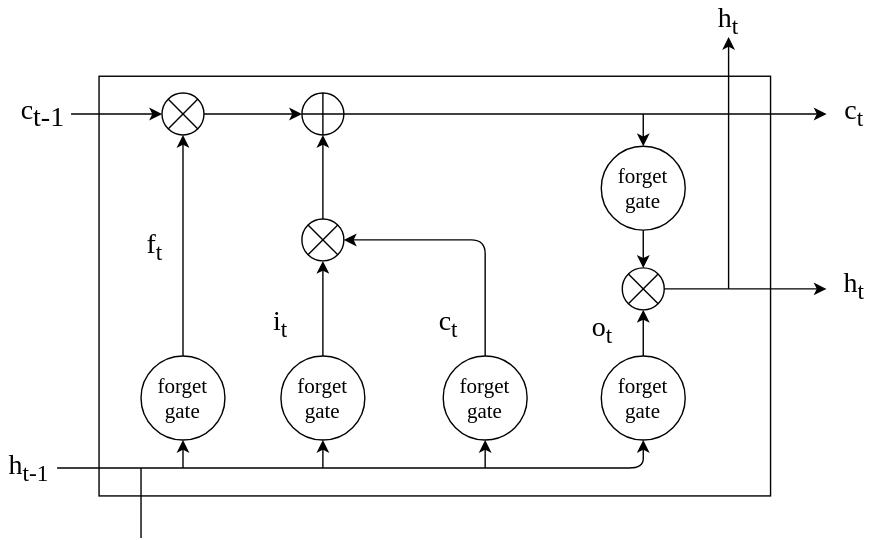
yhx123hero/CyberspaceSecurity_NER keeps this draw.io diagram as LSTM.svg. Above is the earlier version. Source tidied: cells renumbered, new cells last; positions are measured from the earlier drawing's top-left corner, leaving out a move shared by most shapes.
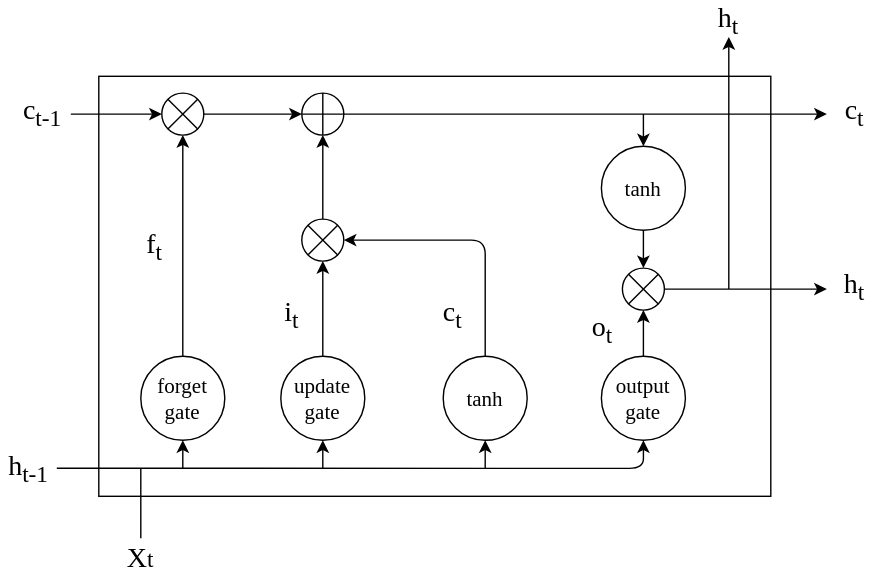
After the change.

The edit, as a diff of the source:
```diff
@@ -14,19 +14,19 @@
     <mxCell id="5" style="ellipse;whiteSpace=wrap;html=1;fontFamily=Times New Roman;" parent="1" vertex="1">
       <mxGeometry x="200" y="250" width="60" height="60" as="geometry" />
     </mxCell>
-    <mxCell id="6" value="forget&lt;br style=&quot;font-size: 15px;&quot;&gt;gate" style="text;html=1;strokeColor=none;fillColor=none;align=center;verticalAlign=middle;whiteSpace=wrap;rounded=0;fontFamily=Times New Roman;fontSize=15;" parent="1" vertex="1">
+    <mxCell id="6" value="update&lt;br style=&quot;font-size: 15px&quot;&gt;gate" style="text;html=1;strokeColor=none;fillColor=none;align=center;verticalAlign=middle;whiteSpace=wrap;rounded=0;fontFamily=Times New Roman;fontSize=15;" parent="1" vertex="1">
       <mxGeometry x="210" y="270" width="40" height="20" as="geometry" />
     </mxCell>
     <mxCell id="7" style="ellipse;whiteSpace=wrap;html=1;fontFamily=Times New Roman;" parent="1" vertex="1">
       <mxGeometry x="316" y="250" width="60" height="60" as="geometry" />
     </mxCell>
-    <mxCell id="8" value="forget&lt;br style=&quot;font-size: 15px;&quot;&gt;gate" style="text;html=1;strokeColor=none;fillColor=none;align=center;verticalAlign=middle;whiteSpace=wrap;rounded=0;fontFamily=Times New Roman;fontSize=15;" parent="1" vertex="1">
+    <mxCell id="8" value="tanh" style="text;html=1;strokeColor=none;fillColor=none;align=center;verticalAlign=middle;whiteSpace=wrap;rounded=0;fontFamily=Times New Roman;fontSize=15;" parent="1" vertex="1">
       <mxGeometry x="326" y="270" width="40" height="20" as="geometry" />
     </mxCell>
     <mxCell id="9" style="ellipse;whiteSpace=wrap;html=1;fontFamily=Times New Roman;" parent="1" vertex="1">
       <mxGeometry x="429" y="250" width="60" height="60" as="geometry" />
     </mxCell>
-    <mxCell id="10" value="forget&lt;br style=&quot;font-size: 15px;&quot;&gt;gate" style="text;html=1;strokeColor=none;fillColor=none;align=center;verticalAlign=middle;whiteSpace=wrap;rounded=0;fontFamily=Times New Roman;fontSize=15;" parent="1" vertex="1">
+    <mxCell id="10" value="output&lt;br style=&quot;font-size: 15px&quot;&gt;gate" style="text;html=1;strokeColor=none;fillColor=none;align=center;verticalAlign=middle;whiteSpace=wrap;rounded=0;fontFamily=Times New Roman;fontSize=15;" parent="1" vertex="1">
       <mxGeometry x="439" y="270" width="40" height="20" as="geometry" />
     </mxCell>
     <mxCell id="11" style="shape=orEllipse;perimeter=ellipsePerimeter;whiteSpace=wrap;html=1;backgroundOutline=1;fontFamily=Times New Roman;fontSize=15;" parent="1" vertex="1">
@@ -44,7 +44,7 @@
     <mxCell id="15" style="ellipse;whiteSpace=wrap;html=1;fontFamily=Times New Roman;" parent="1" vertex="1">
       <mxGeometry x="429" y="100" width="60" height="60" as="geometry" />
     </mxCell>
-    <mxCell id="16" value="forget&lt;br style=&quot;font-size: 15px;&quot;&gt;gate" style="text;html=1;strokeColor=none;fillColor=none;align=center;verticalAlign=middle;whiteSpace=wrap;rounded=0;fontFamily=Times New Roman;fontSize=15;" parent="1" vertex="1">
+    <mxCell id="16" value="tanh" style="text;html=1;strokeColor=none;fillColor=none;align=center;verticalAlign=middle;whiteSpace=wrap;rounded=0;fontFamily=Times New Roman;fontSize=15;" parent="1" vertex="1">
       <mxGeometry x="439" y="120" width="40" height="20" as="geometry" />
     </mxCell>
     <mxCell id="17" style="edgeStyle=segmentEdgeStyle;endArrow=classic;html=1;fontFamily=Times New Roman;fontSize=15;entryX=0.5;entryY=1;entryDx=0;entryDy=0;" parent="1" edge="1" target="9">
@@ -121,7 +121,7 @@
         <mxPoint x="459" y="77" as="sourcePoint" />
       </mxGeometry>
     </mxCell>
-    <mxCell id="33" value="c&lt;sub style=&quot;font-size: 20px;&quot;&gt;t-1&lt;/sub&gt;" style="text;html=1;strokeColor=none;fillColor=none;align=center;verticalAlign=middle;whiteSpace=wrap;rounded=0;fontFamily=Times New Roman;fontSize=20;" parent="1" vertex="1">
+    <mxCell id="33" value="c&lt;sub&gt;t-1&lt;/sub&gt;" style="text;html=1;strokeColor=none;fillColor=none;align=center;verticalAlign=middle;whiteSpace=wrap;rounded=0;fontFamily=Times New Roman;fontSize=20;" parent="1" vertex="1">
       <mxGeometry x="10" y="66" width="40" height="20" as="geometry" />
     </mxCell>
     <mxCell id="34" value="h&lt;sub&gt;t-1&lt;/sub&gt;" style="text;html=1;strokeColor=none;fillColor=none;align=center;verticalAlign=middle;whiteSpace=wrap;rounded=0;fontFamily=Times New Roman;fontSize=20;" parent="1" vertex="1">
@@ -134,10 +134,10 @@
       <mxGeometry relative="1" as="geometry" />
     </mxCell>
     <mxCell id="37" value="i&lt;sub&gt;t&lt;/sub&gt;" style="text;html=1;strokeColor=none;fillColor=none;align=center;verticalAlign=middle;whiteSpace=wrap;rounded=0;fontFamily=Times New Roman;fontSize=20;" parent="1" vertex="1">
-      <mxGeometry x="180" y="217" width="40" height="20" as="geometry" />
+      <mxGeometry x="188" y="210" width="40" height="20" as="geometry" />
     </mxCell>
     <mxCell id="38" value="c&lt;sub&gt;t&lt;/sub&gt;" style="text;html=1;strokeColor=none;fillColor=none;align=center;verticalAlign=middle;whiteSpace=wrap;rounded=0;fontFamily=Times New Roman;fontSize=20;" parent="1" vertex="1">
-      <mxGeometry x="300" y="217" width="40" height="20" as="geometry" />
+      <mxGeometry x="303" y="210" width="40" height="20" as="geometry" />
     </mxCell>
     <mxCell id="39" value="o&lt;sub&gt;t&lt;/sub&gt;" style="text;html=1;strokeColor=none;fillColor=none;align=center;verticalAlign=middle;whiteSpace=wrap;rounded=0;fontFamily=Times New Roman;fontSize=20;" parent="1" vertex="1">
       <mxGeometry x="410" y="221" width="40" height="20" as="geometry" />
@@ -151,5 +151,8 @@
     <mxCell id="42" value="h&lt;sub&gt;t&lt;/sub&gt;" style="text;html=1;strokeColor=none;fillColor=none;align=center;verticalAlign=middle;whiteSpace=wrap;rounded=0;fontFamily=Times New Roman;fontSize=20;" parent="1" vertex="1">
       <mxGeometry x="500" width="40" height="20" as="geometry" />
     </mxCell>
+    <mxCell id="43" value="&lt;sub&gt;&lt;span style=&quot;font-size: 20px&quot;&gt;X&lt;/span&gt;t&lt;/sub&gt;" style="text;html=1;strokeColor=none;fillColor=none;align=center;verticalAlign=middle;whiteSpace=wrap;rounded=0;fontFamily=Times New Roman;fontSize=20;" parent="1" vertex="1">
+      <mxGeometry x="80" y="381" width="40" height="20" as="geometry" />
+    </mxCell>
   </root>
 </mxGraphModel>
```
